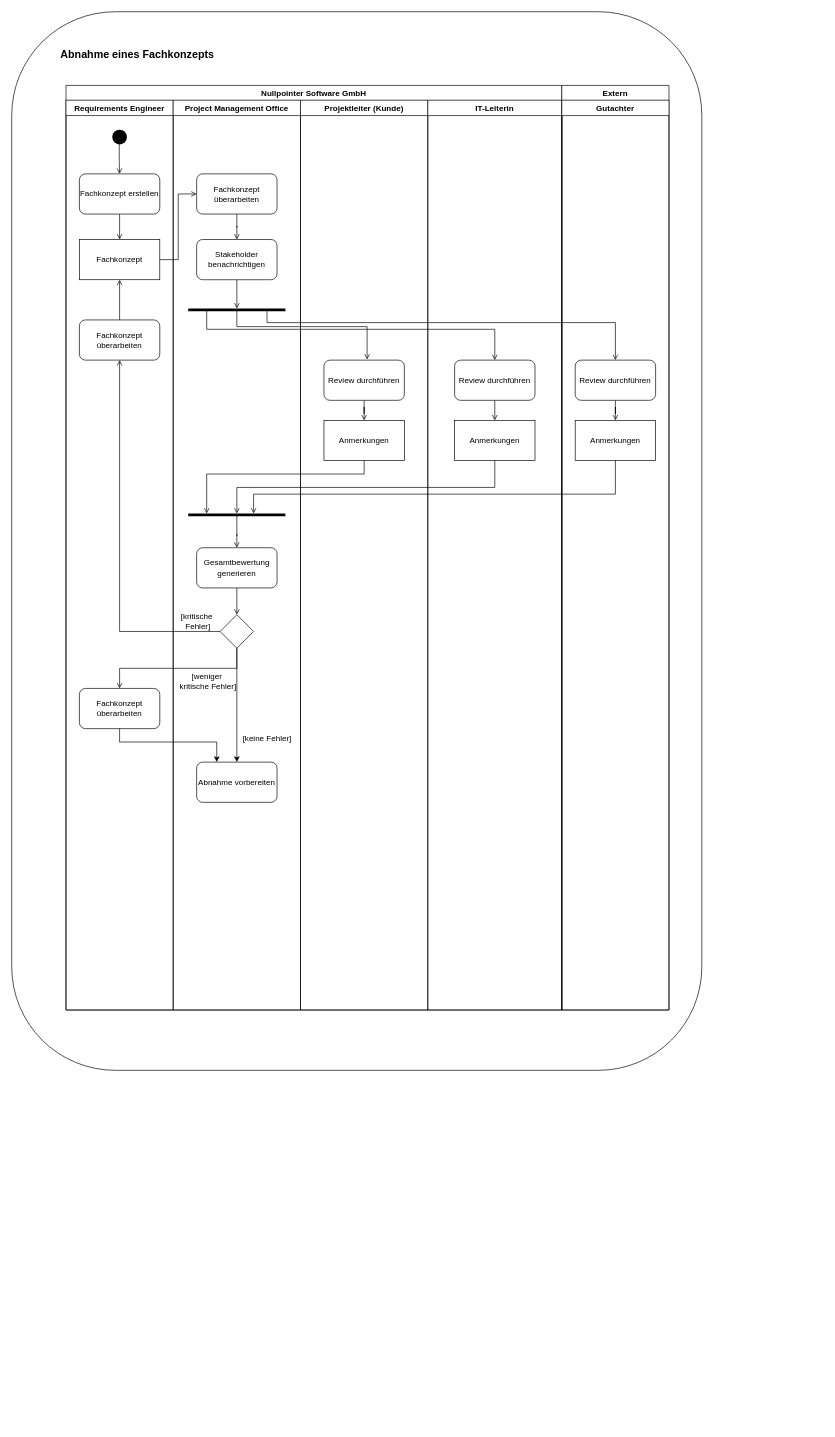
This is Uebung2/Aufgabe1/Aktivitätsdiagramm.drawio from Software-Engineering-Team-HBRS/uebungsaufgaben, a draw.io file, before an edit. Source tidied: cells renumbered, new cells numbered last; positions are measured from the earlier drawing's top-left corner, leaving out a move shared by most shapes. Both pictures are drawn from the tidied source at 67%, with x=0, y=0 at pixel (11, 11).
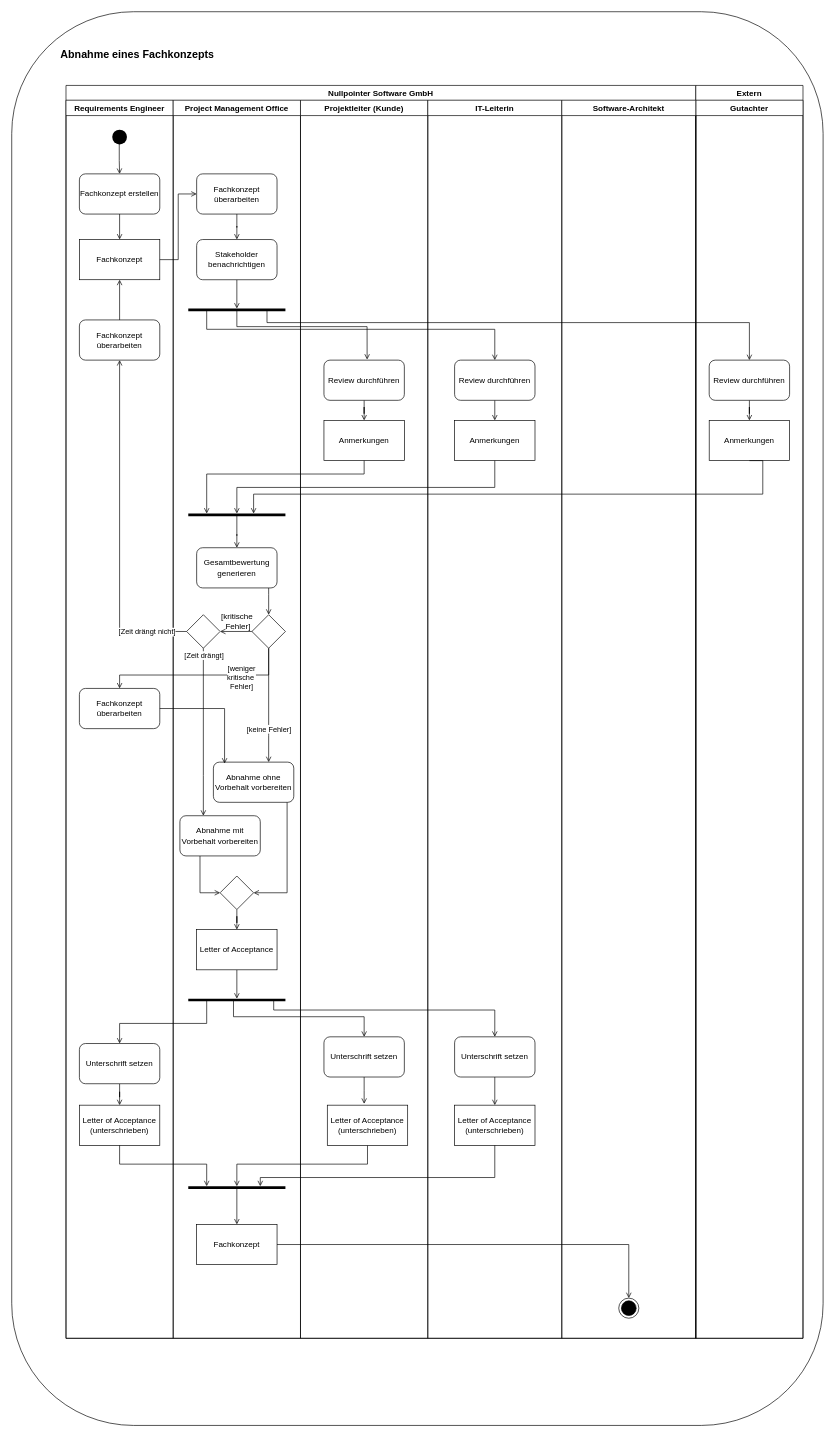
The same page after the edit.

Unchanged cells that the change refers to:
```xml
<mxCell id="11" value="Fachkonzept überarbeiten" style="rounded=1;whiteSpace=wrap;html=1;" parent="4" vertex="1">
  <mxGeometry x="20" y="328" width="120" height="60" as="geometry" />
</mxCell>
<mxCell id="12" value="Fachkonzept überarbeiten" style="rounded=1;whiteSpace=wrap;html=1;" parent="4" vertex="1">
  <mxGeometry x="20" y="878" width="120" height="60" as="geometry" />
</mxCell>
<mxCell id="18" style="line;strokeWidth=4;html=1;perimeter=backbonePerimeter;points=[];outlineConnect=0;" parent="13" vertex="1">
  <mxGeometry x="22.5" y="308" width="145" height="10" as="geometry" />
</mxCell>
<mxCell id="20" style="line;strokeWidth=4;html=1;perimeter=backbonePerimeter;points=[];outlineConnect=0;" parent="13" vertex="1">
  <mxGeometry x="22.5" y="608" width="145" height="22" as="geometry" />
</mxCell>
<mxCell id="22" value="Gesamtbewertung generieren" style="rounded=1;whiteSpace=wrap;html=1;" parent="13" vertex="1">
  <mxGeometry x="35" y="668" width="120" height="60" as="geometry" />
</mxCell>
<mxCell id="48" value="Review durchführen" style="rounded=1;whiteSpace=wrap;html=1;" parent="46" vertex="1">
  <mxGeometry x="20" y="388" width="120" height="60" as="geometry" />
</mxCell>
<mxCell id="49" value="Anmerkungen" style="rounded=0;whiteSpace=wrap;html=1;" parent="46" vertex="1">
  <mxGeometry x="20" y="478" width="120" height="60" as="geometry" />
</mxCell>
```

The edit, as a diff of the source:
```diff
@@
     <mxCell id="2" style="rounded=1;whiteSpace=wrap;html=1;" parent="1" vertex="1">
-      <mxGeometry width="1030" height="1580" as="geometry" />
+      <mxGeometry width="1211" height="2110" as="geometry" />
     </mxCell>
     <mxCell id="3" value="Nullpointer Software GmbH" style="swimlane;whiteSpace=wrap;" parent="1" vertex="1">
-      <mxGeometry x="81" y="110" width="740" height="1380" as="geometry" />
+      <mxGeometry x="81" y="110" width="940" height="1870" as="geometry" />
     </mxCell>
     <mxCell id="4" value="Requirements Engineer" style="swimlane;whiteSpace=wrap;" parent="3" vertex="1">
-      <mxGeometry y="22" width="160" height="1358" as="geometry" />
+      <mxGeometry y="22" width="160" height="1848" as="geometry" />
     </mxCell>
@@
+    <mxCell id="53" value="Letter of Acceptance (unterschrieben)" style="rounded=0;whiteSpace=wrap;html=1;" parent="4" vertex="1">
+      <mxGeometry x="20" y="1500" width="120" height="60" as="geometry" />
+    </mxCell>
     <mxCell id="13" value="Project Management Office" style="swimlane;whiteSpace=wrap;" parent="3" vertex="1">
-      <mxGeometry x="160" y="22" width="190" height="1358" as="geometry" />
+      <mxGeometry x="160" y="22" width="190" height="1848" as="geometry" />
     </mxCell>
@@
     <mxCell id="21" style="edgeStyle=orthogonalEdgeStyle;rounded=0;jettySize=auto;html=1;entryX=0.5;entryY=0;entryDx=0;entryDy=0;endArrow=open;endFill=0;" parent="13" edge="1" source="22" target="24">
-      <mxGeometry relative="1" as="geometry" />
+      <mxGeometry relative="1" as="geometry">
+        <Array as="points">
+          <mxPoint x="143" y="738" />
+        </Array>
+      </mxGeometry>
     </mxCell>
@@
-    <mxCell id="23" style="edgeStyle=orthogonalEdgeStyle;rounded=0;jettySize=auto;html=1;" parent="13" edge="1" source="24" target="27">
-      <mxGeometry relative="1" as="geometry" />
+    <mxCell id="23" style="edgeStyle=orthogonalEdgeStyle;rounded=0;jettySize=auto;html=1;endArrow=open;endFill=0;" parent="13" edge="1" source="24" target="27">
+      <mxGeometry relative="1" as="geometry">
+        <Array as="points">
+          <mxPoint x="143" y="948" />
+          <mxPoint x="143" y="948" />
+        </Array>
+      </mxGeometry>
     </mxCell>
+    <mxCell id="54" value="[keine Fehler]" style="edgeLabel;html=1;align=center;verticalAlign=middle;" parent="23" vertex="1">
+      <mxGeometry x="-0.22" relative="1" as="geometry">
+        <mxPoint y="54" as="offset" />
+      </mxGeometry>
+    </mxCell>
     <mxCell id="24" style="rhombus;whiteSpace=wrap;html=1;" parent="13" vertex="1">
-      <mxGeometry x="70" y="768" width="50" height="50" as="geometry" />
+      <mxGeometry x="117.5" y="768" width="50" height="50" as="geometry" />
     </mxCell>
     <mxCell id="25" value="[kritische&lt;div&gt;&amp;nbsp;Fehler]&lt;/div&gt;" style="text;html=1;align=center;verticalAlign=middle;strokeColor=none;fillColor=none;" parent="13" vertex="1">
-      <mxGeometry y="758" width="70" height="40" as="geometry" />
+      <mxGeometry x="60" y="758" width="70" height="40" as="geometry" />
     </mxCell>
-    <mxCell id="26" value="[weniger&lt;div&gt;&amp;nbsp;kritische&amp;nbsp;&lt;span style=&quot;background-color: transparent; color: light-dark(rgb(0, 0, 0), rgb(255, 255, 255));&quot;&gt;Fehler]&lt;/span&gt;&lt;/div&gt;" style="text;html=1;align=center;verticalAlign=middle;strokeColor=none;fillColor=none;" parent="13" vertex="1">
-      <mxGeometry x="-5" y="848" width="110" height="40" as="geometry" />
-    </mxCell>
-    <mxCell id="27" value="Abnahme vorbereiten" style="rounded=1;whiteSpace=wrap;html=1;" parent="13" vertex="1">
-      <mxGeometry x="35" y="988" width="120" height="60" as="geometry" />
+    <mxCell id="27" value="Abnahme ohne Vorbehalt vorbereiten" style="rounded=1;whiteSpace=wrap;html=1;" parent="13" vertex="1">
+      <mxGeometry x="60" y="988" width="120" height="60" as="geometry" />
     </mxCell>
-    <mxCell id="28" value="[keine Fehler&lt;span style=&quot;background-color: transparent; color: light-dark(rgb(0, 0, 0), rgb(255, 255, 255));&quot;&gt;]&lt;/span&gt;" style="text;html=1;align=center;verticalAlign=middle;strokeColor=none;fillColor=none;" parent="13" vertex="1">
-      <mxGeometry x="90" y="938" width="100" height="30" as="geometry" />
-    </mxCell>
+    <mxCell id="55" style="line;strokeWidth=4;html=1;perimeter=backbonePerimeter;points=[];outlineConnect=0;" parent="13" vertex="1">
+      <mxGeometry x="22.5" y="1338" width="145" height="10" as="geometry" />
+    </mxCell>
+    <mxCell id="56" style="edgeStyle=orthogonalEdgeStyle;rounded=0;jettySize=auto;html=1;endArrow=open;endFill=0;" parent="13" edge="1" source="57" target="58">
+      <mxGeometry relative="1" as="geometry" />
+    </mxCell>
+    <mxCell id="57" style="line;strokeWidth=4;html=1;perimeter=backbonePerimeter;points=[];outlineConnect=0;" parent="13" vertex="1">
+      <mxGeometry x="22.5" y="1618" width="145" height="10" as="geometry" />
+    </mxCell>
+    <mxCell id="58" value="Fachkonzept" style="rounded=0;whiteSpace=wrap;html=1;" parent="13" vertex="1">
+      <mxGeometry x="35" y="1678" width="120" height="60" as="geometry" />
+    </mxCell>
     <mxCell id="29" value="Projektleiter (Kunde)" style="swimlane;whiteSpace=wrap;startSize=23;" parent="3" vertex="1">
-      <mxGeometry x="350" y="22" width="190" height="1358" as="geometry" />
+      <mxGeometry x="350" y="22" width="190" height="1848" as="geometry" />
     </mxCell>
@@
+    <mxCell id="59" value="Unterschrift setzen" style="rounded=1;whiteSpace=wrap;html=1;" parent="29" vertex="1">
+      <mxGeometry x="35" y="1398" width="120" height="60" as="geometry" />
+    </mxCell>
     <mxCell id="33" value="IT-Leiterin" style="swimlane;whiteSpace=wrap;startSize=23;" parent="3" vertex="1">
-      <mxGeometry x="540" y="22" width="200" height="1358" as="geometry" />
+      <mxGeometry x="540" y="22" width="200" height="1848" as="geometry" />
     </mxCell>
@@
+    <mxCell id="60" value="Letter of Acceptance (unterschrieben)" style="rounded=0;whiteSpace=wrap;html=1;" parent="33" vertex="1">
+      <mxGeometry x="40" y="1500" width="120" height="60" as="geometry" />
+    </mxCell>
@@
-    <mxCell id="42" style="edgeStyle=orthogonalEdgeStyle;rounded=0;jettySize=auto;html=1;entryX=0.5;entryY=1;entryDx=0;entryDy=0;endArrow=open;endFill=0;" parent="3" edge="1" source="24" target="11">
+    <mxCell id="42" style="edgeStyle=orthogonalEdgeStyle;rounded=0;jettySize=auto;html=1;entryX=0.5;entryY=1;entryDx=0;entryDy=0;endArrow=open;endFill=0;" parent="3" edge="1" source="62" target="11">
       <mxGeometry relative="1" as="geometry" />
     </mxCell>
+    <mxCell id="61" value="[Zeit drängt nicht]" style="edgeLabel;html=1;align=center;verticalAlign=middle;" parent="42" vertex="1">
+      <mxGeometry x="-0.78" y="3" relative="1" as="geometry">
+        <mxPoint x="-4" y="-3" as="offset" />
+      </mxGeometry>
+    </mxCell>
     <mxCell id="43" style="edgeStyle=orthogonalEdgeStyle;rounded=0;jettySize=auto;html=1;exitX=0.5;exitY=1;exitDx=0;exitDy=0;entryX=0.5;entryY=0;entryDx=0;entryDy=0;endArrow=open;endFill=0;" parent="3" edge="1" source="24" target="12">
-      <mxGeometry relative="1" as="geometry" />
+      <mxGeometry relative="1" as="geometry">
+        <Array as="points">
+          <mxPoint x="303" y="880" />
+          <mxPoint x="80" y="880" />
+        </Array>
+      </mxGeometry>
     </mxCell>
+    <mxCell id="26" value="[weniger&lt;div&gt;kritische&amp;nbsp;&lt;div&gt;Fehler]&lt;/div&gt;&lt;/div&gt;" style="edgeLabel;html=1;align=center;verticalAlign=middle;" parent="43" vertex="1">
+      <mxGeometry x="-0.43" y="3" relative="1" as="geometry" />
+    </mxCell>
+    <mxCell id="62" style="rhombus;whiteSpace=wrap;html=1;" parent="3" vertex="1">
+      <mxGeometry x="180" y="790" width="50" height="50" as="geometry" />
+    </mxCell>
+    <mxCell id="63" style="edgeStyle=orthogonalEdgeStyle;rounded=0;jettySize=auto;html=1;entryX=1;entryY=0.5;entryDx=0;entryDy=0;endArrow=open;endFill=0;" parent="3" edge="1" source="24" target="62">
+      <mxGeometry relative="1" as="geometry" />
+    </mxCell>
-    <mxCell id="44" style="edgeStyle=orthogonalEdgeStyle;rounded=0;jettySize=auto;html=1;entryX=0.25;entryY=0;entryDx=0;entryDy=0;" parent="3" edge="1" source="12" target="27">
-      <mxGeometry relative="1" as="geometry">
-        <Array as="points">
-          <mxPoint x="80" y="980" />
-          <mxPoint x="225" y="980" />
-        </Array>
-      </mxGeometry>
+    <mxCell id="44" style="edgeStyle=orthogonalEdgeStyle;rounded=0;jettySize=auto;html=1;entryX=0.139;entryY=0.036;entryDx=0;entryDy=0;entryPerimeter=0;endArrow=open;endFill=0;" parent="3" edge="1" source="12" target="27">
+      <mxGeometry relative="1" as="geometry" />
     </mxCell>
+    <mxCell id="64" style="edgeStyle=orthogonalEdgeStyle;rounded=0;jettySize=auto;html=1;entryX=0.5;entryY=0;entryDx=0;entryDy=0;endArrow=open;endFill=0;" parent="3" edge="1" source="55" target="59">
+      <mxGeometry relative="1" as="geometry">
+        <Array as="points">
+          <mxPoint x="250" y="1390" />
+          <mxPoint x="445" y="1390" />
+        </Array>
+      </mxGeometry>
+    </mxCell>
+    <mxCell id="65" style="edgeStyle=orthogonalEdgeStyle;rounded=0;jettySize=auto;html=1;endArrow=open;endFill=0;" parent="3" edge="1" source="53" target="57">
+      <mxGeometry relative="1" as="geometry">
+        <Array as="points">
+          <mxPoint x="80" y="1610" />
+          <mxPoint x="210" y="1610" />
+        </Array>
+      </mxGeometry>
+    </mxCell>
+    <mxCell id="66" style="edgeStyle=orthogonalEdgeStyle;rounded=0;jettySize=auto;html=1;endArrow=open;endFill=0;" parent="3" edge="1" source="60" target="57">
+      <mxGeometry relative="1" as="geometry">
+        <Array as="points">
+          <mxPoint x="640" y="1630" />
+          <mxPoint x="290" y="1630" />
+        </Array>
+      </mxGeometry>
+    </mxCell>
     <mxCell id="45" value="Extern" style="swimlane;whiteSpace=wrap;" parent="1" vertex="1">
-      <mxGeometry x="821" y="110" width="160" height="1380" as="geometry" />
+      <mxGeometry x="1021" y="110" width="160" height="1870" as="geometry" />
     </mxCell>
     <mxCell id="46" value="Gutachter" style="swimlane;whiteSpace=wrap;startSize=23;" parent="45" vertex="1">
-      <mxGeometry y="22" width="160" height="1358" as="geometry" />
+      <mxGeometry y="22" width="160" height="1848" as="geometry" />
     </mxCell>
@@
     <mxCell id="50" style="edgeStyle=orthogonalEdgeStyle;rounded=0;jettySize=auto;html=1;endArrow=open;endFill=0;" parent="1" edge="1" source="18" target="48">
       <mxGeometry relative="1" as="geometry">
         <Array as="points">
           <mxPoint x="381" y="464" />
-          <mxPoint x="901" y="464" />
+          <mxPoint x="1101" y="464" />
         </Array>
       </mxGeometry>
     </mxCell>
     <mxCell id="51" style="edgeStyle=orthogonalEdgeStyle;rounded=0;jettySize=auto;html=1;exitX=0.5;exitY=1;exitDx=0;exitDy=0;endArrow=open;endFill=0;" parent="1" edge="1" source="49" target="20">
       <mxGeometry relative="1" as="geometry">
         <Array as="points">
-          <mxPoint x="901" y="720" />
+          <mxPoint x="1121" y="720" />
           <mxPoint x="361" y="720" />
         </Array>
       </mxGeometry>
     </mxCell>
@@
+    <mxCell id="67" value="Software-Architekt" style="swimlane;whiteSpace=wrap;startSize=23;" parent="1" vertex="1">
+      <mxGeometry x="821" y="132" width="200" height="1848" as="geometry" />
+    </mxCell>
+    <mxCell id="68" style="edgeStyle=orthogonalEdgeStyle;rounded=0;jettySize=auto;html=1;endArrow=open;endFill=0;" parent="1" edge="1" source="69" target="77">
+      <mxGeometry relative="1" as="geometry">
+        <Array as="points">
+          <mxPoint x="281" y="1315" />
+        </Array>
+      </mxGeometry>
+    </mxCell>
+    <mxCell id="69" value="Abnahme mit Vorbehalt vorbereiten" style="rounded=1;whiteSpace=wrap;html=1;" parent="1" vertex="1">
+      <mxGeometry x="251" y="1200" width="120" height="60" as="geometry" />
+    </mxCell>
+    <mxCell id="70" style="edgeStyle=orthogonalEdgeStyle;rounded=0;jettySize=auto;html=1;endArrow=open;endFill=0;" parent="1" edge="1" source="62" target="69">
+      <mxGeometry relative="1" as="geometry">
+        <Array as="points">
+          <mxPoint x="286" y="1140" />
+          <mxPoint x="286" y="1140" />
+        </Array>
+      </mxGeometry>
+    </mxCell>
+    <mxCell id="71" style="edgeLabel;html=1;align=center;verticalAlign=middle;" parent="70" vertex="1">
+      <mxGeometry x="-0.86" y="-1" relative="1" as="geometry" />
+    </mxCell>
+    <mxCell id="72" style="edgeLabel;html=1;align=center;verticalAlign=middle;" parent="70" vertex="1">
+      <mxGeometry x="-0.86" y="-1" relative="1" as="geometry" />
+    </mxCell>
+    <mxCell id="73" style="edgeLabel;html=1;align=center;verticalAlign=middle;" parent="70" vertex="1">
+      <mxGeometry x="-0.86" y="-1" relative="1" as="geometry" />
+    </mxCell>
+    <mxCell id="74" style="edgeLabel;html=1;align=center;verticalAlign=middle;" parent="70" vertex="1">
+      <mxGeometry x="0.28" y="1" relative="1" as="geometry" />
+    </mxCell>
+    <mxCell id="75" value="[Zeit drängt]" style="edgeLabel;html=1;align=center;verticalAlign=middle;" parent="70" vertex="1">
+      <mxGeometry x="0.3" relative="1" as="geometry">
+        <mxPoint y="-153" as="offset" />
+      </mxGeometry>
+    </mxCell>
+    <mxCell id="76" style="edgeStyle=orthogonalEdgeStyle;rounded=0;jettySize=auto;html=1;entryX=0.5;entryY=0;entryDx=0;entryDy=0;endArrow=open;endFill=0;" parent="1" edge="1" source="77" target="80">
+      <mxGeometry relative="1" as="geometry" />
+    </mxCell>
+    <mxCell id="77" style="rhombus;whiteSpace=wrap;html=1;" parent="1" vertex="1">
+      <mxGeometry x="311" y="1290" width="50" height="50" as="geometry" />
+    </mxCell>
+    <mxCell id="78" style="edgeStyle=orthogonalEdgeStyle;rounded=0;jettySize=auto;html=1;entryX=1;entryY=0.5;entryDx=0;entryDy=0;endArrow=open;endFill=0;" parent="1" edge="1" source="27" target="77">
+      <mxGeometry relative="1" as="geometry">
+        <Array as="points">
+          <mxPoint x="411" y="1315" />
+        </Array>
+      </mxGeometry>
+    </mxCell>
+    <mxCell id="79" style="edgeStyle=orthogonalEdgeStyle;rounded=0;jettySize=auto;html=1;endArrow=open;endFill=0;" parent="1" edge="1" source="80" target="55">
+      <mxGeometry relative="1" as="geometry" />
+    </mxCell>
+    <mxCell id="80" value="Letter of Acceptance" style="rounded=0;whiteSpace=wrap;html=1;" parent="1" vertex="1">
+      <mxGeometry x="276" y="1370" width="120" height="60" as="geometry" />
+    </mxCell>
+    <mxCell id="81" style="edgeStyle=orthogonalEdgeStyle;rounded=0;jettySize=auto;html=1;entryX=0.5;entryY=0;entryDx=0;entryDy=0;endArrow=open;endFill=0;" parent="1" edge="1" source="82" target="53">
+      <mxGeometry relative="1" as="geometry" />
+    </mxCell>
+    <mxCell id="82" value="Unterschrift setzen" style="rounded=1;whiteSpace=wrap;html=1;" parent="1" vertex="1">
+      <mxGeometry x="101" y="1540" width="120" height="60" as="geometry" />
+    </mxCell>
+    <mxCell id="83" style="edgeStyle=orthogonalEdgeStyle;rounded=0;jettySize=auto;html=1;endArrow=open;endFill=0;" parent="1" edge="1" source="84" target="60">
+      <mxGeometry relative="1" as="geometry" />
+    </mxCell>
+    <mxCell id="84" value="Unterschrift setzen" style="rounded=1;whiteSpace=wrap;html=1;" parent="1" vertex="1">
+      <mxGeometry x="661" y="1530" width="120" height="60" as="geometry" />
+    </mxCell>
+    <mxCell id="85" style="edgeStyle=orthogonalEdgeStyle;rounded=0;jettySize=auto;html=1;endArrow=open;endFill=0;" parent="1" edge="1" source="55" target="82">
+      <mxGeometry relative="1" as="geometry">
+        <Array as="points">
+          <mxPoint x="291" y="1510" />
+          <mxPoint x="161" y="1510" />
+        </Array>
+      </mxGeometry>
+    </mxCell>
+    <mxCell id="86" style="edgeStyle=orthogonalEdgeStyle;rounded=0;jettySize=auto;html=1;endArrow=open;endFill=0;" parent="1" edge="1" source="55" target="84">
+      <mxGeometry relative="1" as="geometry">
+        <Array as="points">
+          <mxPoint x="391" y="1490" />
+          <mxPoint x="721" y="1490" />
+        </Array>
+      </mxGeometry>
+    </mxCell>
+    <mxCell id="87" style="edgeStyle=orthogonalEdgeStyle;rounded=0;jettySize=auto;html=1;endArrow=open;endFill=0;" parent="1" edge="1" source="88" target="57">
+      <mxGeometry relative="1" as="geometry">
+        <Array as="points">
+          <mxPoint x="531" y="1720" />
+          <mxPoint x="336" y="1720" />
+        </Array>
+      </mxGeometry>
+    </mxCell>
+    <mxCell id="88" value="Letter of Acceptance (unterschrieben)" style="rounded=0;whiteSpace=wrap;html=1;" parent="1" vertex="1">
+      <mxGeometry x="471" y="1632" width="120" height="60" as="geometry" />
+    </mxCell>
+    <mxCell id="89" style="edgeStyle=orthogonalEdgeStyle;rounded=0;jettySize=auto;html=1;endArrow=open;endFill=0;" parent="1" edge="1" source="59">
+      <mxGeometry relative="1" as="geometry">
+        <mxPoint x="526" y="1630" as="targetPoint" />
+      </mxGeometry>
+    </mxCell>
+    <mxCell id="90" style="ellipse;html=1;shape=endState;fillColor=#000000;strokeColor=default;" parent="1" vertex="1">
+      <mxGeometry x="906" y="1920" width="30" height="30" as="geometry" />
+    </mxCell>
+    <mxCell id="91" style="edgeStyle=orthogonalEdgeStyle;rounded=0;jettySize=auto;html=1;entryX=0.5;entryY=0;entryDx=0;entryDy=0;endArrow=open;endFill=0;" parent="1" edge="1" source="58" target="90">
+      <mxGeometry relative="1" as="geometry" />
+    </mxCell>
```
